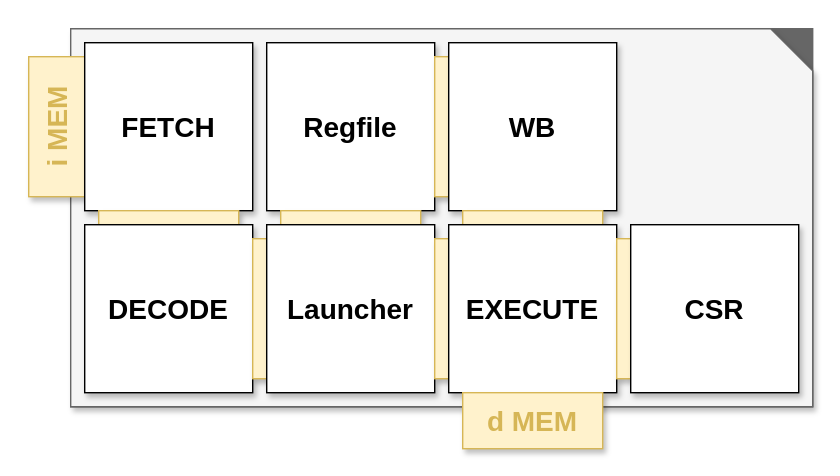
Above: document/arch.svg in adnsemicon/adn_riscv (draw.io), before the change. Source tidied: cells renumbered, new cells last; positions are measured from the earlier drawing's top-left corner, leaving out a move shared by most shapes.
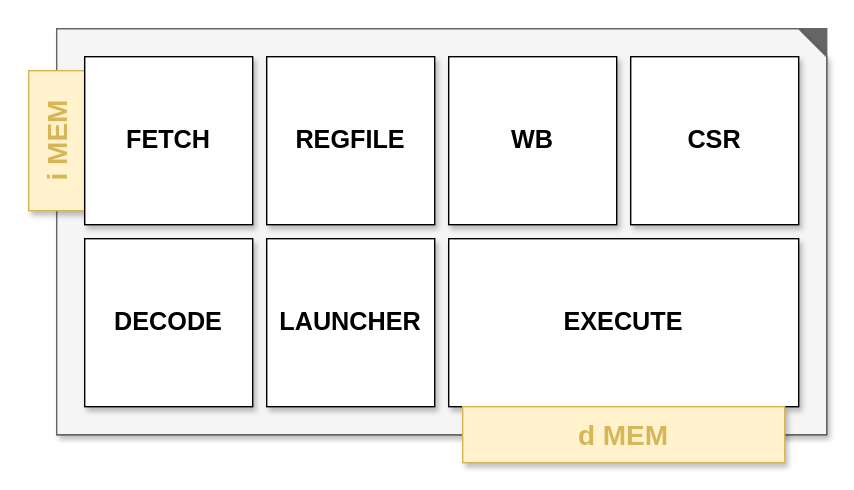
The same diagram one commit later.

The edit, as a diff of the source:
```diff
@@ -3,61 +3,40 @@
     <mxCell id="0" />
     <mxCell id="1" parent="0" />
     <mxCell id="2" style="whiteSpace=wrap;html=1;strokeColor=none;" parent="1" vertex="1">
-      <mxGeometry width="600" height="340" as="geometry" />
+      <mxGeometry y="-10" width="610" height="350" as="geometry" />
     </mxCell>
     <mxCell id="3" style="whiteSpace=wrap;html=1;fillColor=#666666;strokeColor=#666666;fontColor=#333333;" parent="1" vertex="1">
-      <mxGeometry x="50" y="20" width="530" height="270" as="geometry" />
+      <mxGeometry x="40" y="10" width="550" height="290" as="geometry" />
     </mxCell>
-    <mxCell id="4" style="shape=card;whiteSpace=wrap;html=1;direction=south;fillColor=#f5f5f5;fontColor=#333333;strokeColor=#666666;shadow=1;" parent="1" vertex="1">
-      <mxGeometry x="50" y="20" width="530" height="270" as="geometry" />
+    <mxCell id="4" style="shape=card;whiteSpace=wrap;html=1;direction=south;fillColor=#f5f5f5;fontColor=#333333;strokeColor=#666666;shadow=1;size=20;" parent="1" vertex="1">
+      <mxGeometry x="40" y="10" width="550" height="290" as="geometry" />
     </mxCell>
     <mxCell id="5" value="i MEM" style="whiteSpace=wrap;html=1;fontStyle=1;fontSize=20;fillColor=#fff2cc;strokeColor=#d6b656;fontColor=#D6B656;direction=south;horizontal=0;shadow=1;" parent="1" vertex="1">
       <mxGeometry x="20" y="40" width="40" height="100" as="geometry" />
     </mxCell>
-    <mxCell id="6" value="FETCH" style="whiteSpace=wrap;html=1;fontStyle=1;fontSize=20;shadow=1;" parent="1" vertex="1">
+    <mxCell id="6" value="FETCH" style="whiteSpace=wrap;html=1;fontStyle=1;fontSize=18;shadow=1;" parent="1" vertex="1">
       <mxGeometry x="60" y="30" width="120" height="120" as="geometry" />
     </mxCell>
-    <mxCell id="7" style="whiteSpace=wrap;html=1;fontStyle=1;fontSize=20;fillColor=#fff2cc;strokeColor=#d6b656;fontColor=#D6B656;shadow=1;" parent="1" vertex="1">
-      <mxGeometry x="70" y="150" width="100" height="10" as="geometry" />
-    </mxCell>
-    <mxCell id="8" value="DECODE" style="whiteSpace=wrap;html=1;fontStyle=1;fontSize=20;shadow=1;" parent="1" vertex="1">
+    <mxCell id="8" value="DECODE" style="whiteSpace=wrap;html=1;fontStyle=1;fontSize=18;shadow=1;" parent="1" vertex="1">
       <mxGeometry x="60" y="160" width="120" height="120" as="geometry" />
     </mxCell>
-    <mxCell id="9" value="Regfile" style="whiteSpace=wrap;html=1;fontStyle=1;fontSize=20;shadow=1;" parent="1" vertex="1">
+    <mxCell id="9" value="REGFILE" style="whiteSpace=wrap;html=1;fontStyle=1;fontSize=18;shadow=1;" parent="1" vertex="1">
       <mxGeometry x="190" y="30" width="120" height="120" as="geometry" />
     </mxCell>
-    <mxCell id="10" style="whiteSpace=wrap;html=1;fontStyle=1;fontSize=20;fillColor=#fff2cc;strokeColor=#d6b656;fontColor=#D6B656;shadow=1;" parent="1" vertex="1">
-      <mxGeometry x="310" y="40" width="10" height="100" as="geometry" />
-    </mxCell>
-    <mxCell id="11" value="WB" style="whiteSpace=wrap;html=1;fontStyle=1;fontSize=20;shadow=1;" parent="1" vertex="1">
+    <mxCell id="11" value="WB" style="whiteSpace=wrap;html=1;fontStyle=1;fontSize=18;shadow=1;" parent="1" vertex="1">
       <mxGeometry x="320" y="30" width="120" height="120" as="geometry" />
     </mxCell>
-    <mxCell id="12" style="whiteSpace=wrap;html=1;fontStyle=1;fontSize=20;fillColor=#fff2cc;strokeColor=#d6b656;fontColor=#D6B656;shadow=1;" parent="1" vertex="1">
-      <mxGeometry x="200" y="150" width="100" height="10" as="geometry" />
-    </mxCell>
-    <mxCell id="13" style="whiteSpace=wrap;html=1;fontStyle=1;fontSize=20;fillColor=#fff2cc;strokeColor=#d6b656;fontColor=#D6B656;shadow=1;" parent="1" vertex="1">
-      <mxGeometry x="330" y="150" width="100" height="10" as="geometry" />
-    </mxCell>
-    <mxCell id="14" style="whiteSpace=wrap;html=1;fontStyle=1;fontSize=20;fillColor=#fff2cc;strokeColor=#d6b656;fontColor=#D6B656;shadow=1;" parent="1" vertex="1">
-      <mxGeometry x="180" y="170" width="10" height="100" as="geometry" />
-    </mxCell>
-    <mxCell id="15" value="Launcher" style="whiteSpace=wrap;html=1;fontStyle=1;fontSize=20;shadow=1;" parent="1" vertex="1">
+    <mxCell id="15" value="LAUNCHER" style="whiteSpace=wrap;html=1;fontStyle=1;fontSize=18;shadow=1;" parent="1" vertex="1">
       <mxGeometry x="190" y="160" width="120" height="120" as="geometry" />
     </mxCell>
-    <mxCell id="16" style="whiteSpace=wrap;html=1;fontStyle=1;fontSize=20;fillColor=#fff2cc;strokeColor=#d6b656;fontColor=#D6B656;shadow=1;" parent="1" vertex="1">
-      <mxGeometry x="310" y="170" width="10" height="100" as="geometry" />
-    </mxCell>
-    <mxCell id="17" value="EXECUTE" style="whiteSpace=wrap;html=1;fontStyle=1;fontSize=20;shadow=1;" parent="1" vertex="1">
-      <mxGeometry x="320" y="160" width="120" height="120" as="geometry" />
+    <mxCell id="17" value="EXECUTE" style="whiteSpace=wrap;html=1;fontStyle=1;fontSize=18;shadow=1;" parent="1" vertex="1">
+      <mxGeometry x="320" y="160" width="250" height="120" as="geometry" />
     </mxCell>
-    <mxCell id="18" style="whiteSpace=wrap;html=1;fontStyle=1;fontSize=20;fillColor=#fff2cc;strokeColor=#d6b656;fontColor=#D6B656;shadow=1;" parent="1" vertex="1">
-      <mxGeometry x="440" y="170" width="10" height="100" as="geometry" />
-    </mxCell>
-    <mxCell id="19" value="CSR" style="whiteSpace=wrap;html=1;fontStyle=1;fontSize=20;shadow=1;" parent="1" vertex="1">
-      <mxGeometry x="450" y="160" width="120" height="120" as="geometry" />
+    <mxCell id="19" value="CSR" style="whiteSpace=wrap;html=1;fontStyle=1;fontSize=18;shadow=1;" parent="1" vertex="1">
+      <mxGeometry x="450" y="30" width="120" height="120" as="geometry" />
     </mxCell>
     <mxCell id="20" value="d MEM" style="whiteSpace=wrap;html=1;fontStyle=1;fontSize=20;fillColor=#fff2cc;strokeColor=#d6b656;fontColor=#D6B656;shadow=1;" parent="1" vertex="1">
-      <mxGeometry x="330" y="280" width="100" height="40" as="geometry" />
+      <mxGeometry x="330" y="280" width="230" height="40" as="geometry" />
     </mxCell>
   </root>
 </mxGraphModel>
```
